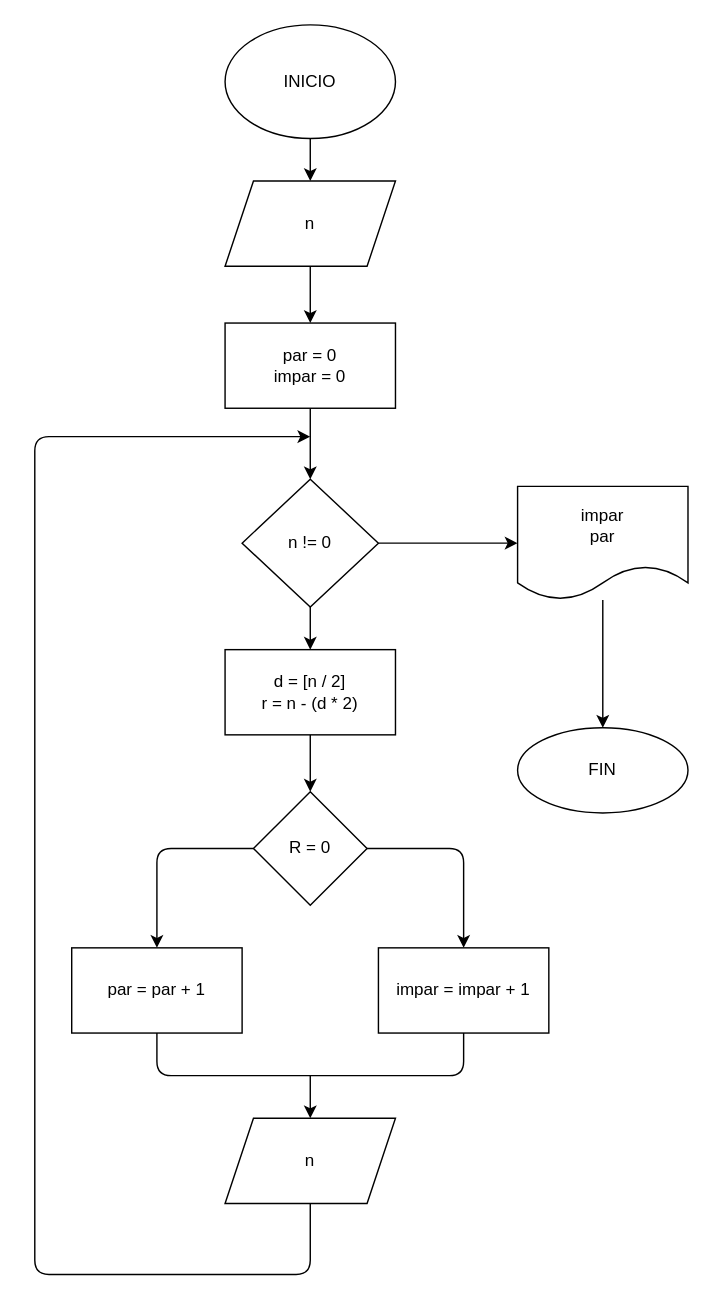
PhilippeParra/registro_centinela keeps this draw.io diagram as diagrama_2.drawio. Above is the earlier version. Source tidied: cells renumbered, new cells numbered last; positions are measured from the earlier drawing's top-left corner, leaving out a move shared by most shapes. Both pictures are drawn from the tidied source at 142%, with x=0, y=0 at pixel (34, 24).
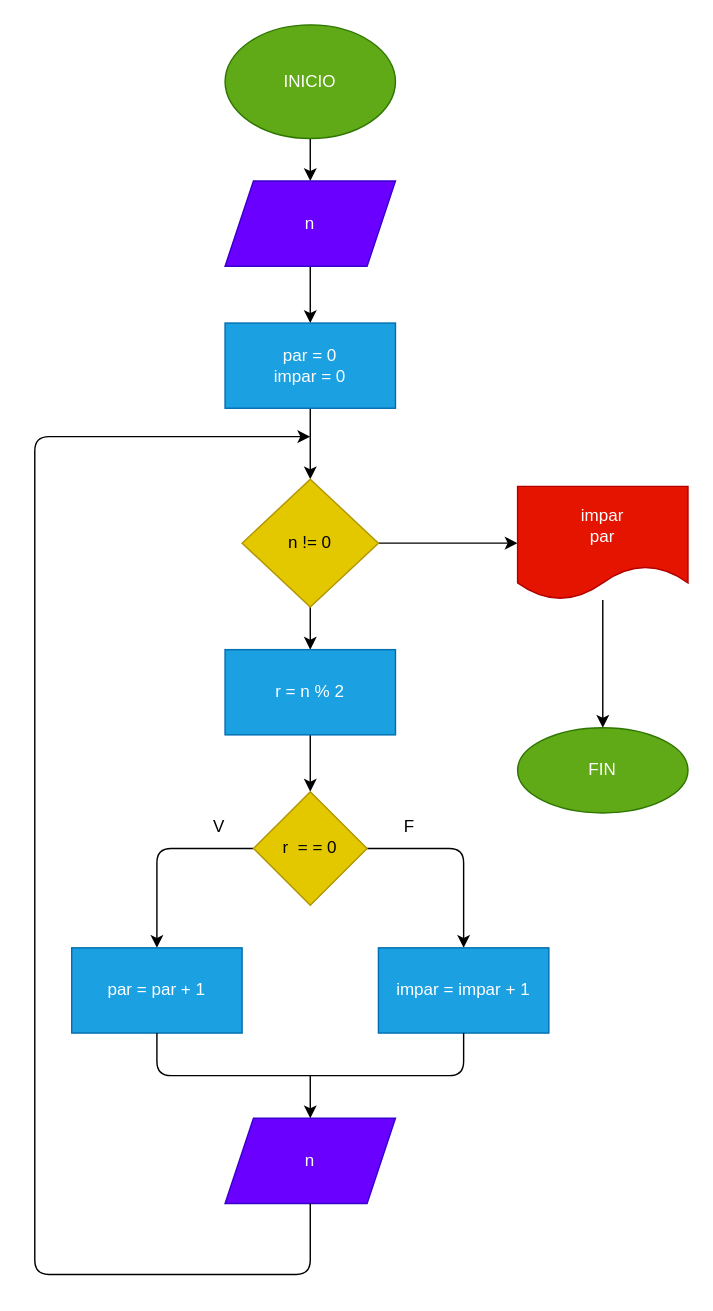
Above is the later version.

Commit message:
Desarrollo ejercicio #2. PhilippeParra

Diff of the diagram source:
```diff
@@
-    <mxCell id="3" value="INICIO" style="ellipse;whiteSpace=wrap;html=1;" parent="1" vertex="1">
+    <mxCell id="3" value="INICIO" style="ellipse;whiteSpace=wrap;html=1;fillColor=#60a917;fontColor=#ffffff;strokeColor=#2D7600;" parent="1" vertex="1">
       <mxGeometry x="134" width="120" height="80" as="geometry" />
     </mxCell>
@@
-    <mxCell id="5" value="n" style="shape=parallelogram;perimeter=parallelogramPerimeter;whiteSpace=wrap;html=1;fixedSize=1;" parent="1" vertex="1">
+    <mxCell id="5" value="n" style="shape=parallelogram;perimeter=parallelogramPerimeter;whiteSpace=wrap;html=1;fixedSize=1;fillColor=#6a00ff;fontColor=#ffffff;strokeColor=#3700CC;" parent="1" vertex="1">
       <mxGeometry x="134" y="110" width="120" height="60" as="geometry" />
     </mxCell>
@@
-    <mxCell id="7" value="par = 0&lt;br&gt;impar = 0" style="whiteSpace=wrap;html=1;" parent="1" vertex="1">
+    <mxCell id="7" value="par = 0&lt;br&gt;impar = 0" style="whiteSpace=wrap;html=1;fillColor=#1ba1e2;fontColor=#ffffff;strokeColor=#006EAF;" parent="1" vertex="1">
       <mxGeometry x="134" y="210" width="120" height="60" as="geometry" />
     </mxCell>
@@
-    <mxCell id="10" value="n != 0" style="rhombus;whiteSpace=wrap;html=1;" parent="1" vertex="1">
+    <mxCell id="10" value="n != 0" style="rhombus;whiteSpace=wrap;html=1;fillColor=#e3c800;fontColor=#000000;strokeColor=#B09500;" parent="1" vertex="1">
       <mxGeometry x="146" y="320" width="96" height="90" as="geometry" />
     </mxCell>
@@
-    <mxCell id="12" value="d = [n / 2]&lt;br&gt;r = n - (d * 2)" style="whiteSpace=wrap;html=1;" parent="1" vertex="1">
+    <mxCell id="12" value="r = n % 2" style="whiteSpace=wrap;html=1;fillColor=#1ba1e2;fontColor=#ffffff;strokeColor=#006EAF;" parent="1" vertex="1">
       <mxGeometry x="134" y="440" width="120" height="60" as="geometry" />
     </mxCell>
@@
-    <mxCell id="15" value="R = 0" style="rhombus;whiteSpace=wrap;html=1;" parent="1" vertex="1">
+    <mxCell id="15" value="r&amp;nbsp; = = 0" style="rhombus;whiteSpace=wrap;html=1;fillColor=#e3c800;fontColor=#000000;strokeColor=#B09500;" parent="1" vertex="1">
       <mxGeometry x="154" y="540" width="80" height="80" as="geometry" />
     </mxCell>
-    <mxCell id="16" value="impar = impar + 1" style="whiteSpace=wrap;html=1;" parent="1" vertex="1">
+    <mxCell id="16" value="impar = impar + 1" style="whiteSpace=wrap;html=1;fillColor=#1ba1e2;fontColor=#ffffff;strokeColor=#006EAF;" parent="1" vertex="1">
       <mxGeometry x="242" y="650" width="120" height="60" as="geometry" />
     </mxCell>
-    <mxCell id="17" value="par = par + 1" style="whiteSpace=wrap;html=1;" parent="1" vertex="1">
+    <mxCell id="17" value="par = par + 1" style="whiteSpace=wrap;html=1;fillColor=#1ba1e2;fontColor=#ffffff;strokeColor=#006EAF;" parent="1" vertex="1">
       <mxGeometry x="26" y="650" width="120" height="60" as="geometry" />
     </mxCell>
-    <mxCell id="18" value="n" style="shape=parallelogram;perimeter=parallelogramPerimeter;whiteSpace=wrap;html=1;fixedSize=1;" parent="1" vertex="1">
+    <mxCell id="18" value="n" style="shape=parallelogram;perimeter=parallelogramPerimeter;whiteSpace=wrap;html=1;fixedSize=1;fillColor=#6a00ff;fontColor=#ffffff;strokeColor=#3700CC;" parent="1" vertex="1">
       <mxGeometry x="134" y="770" width="120" height="60" as="geometry" />
     </mxCell>
@@
-    <mxCell id="23" value="impar&lt;br&gt;par" style="shape=document;whiteSpace=wrap;html=1;boundedLbl=1;" parent="1" vertex="1">
+    <mxCell id="23" value="impar&lt;br&gt;par" style="shape=document;whiteSpace=wrap;html=1;boundedLbl=1;fillColor=#e51400;fontColor=#ffffff;strokeColor=#B20000;" parent="1" vertex="1">
       <mxGeometry x="340" y="325" width="120" height="80" as="geometry" />
     </mxCell>
-    <mxCell id="24" value="FIN" style="ellipse;whiteSpace=wrap;html=1;" parent="1" vertex="1">
+    <mxCell id="24" value="FIN" style="ellipse;whiteSpace=wrap;html=1;fillColor=#60a917;fontColor=#ffffff;strokeColor=#2D7600;" parent="1" vertex="1">
       <mxGeometry x="340" y="495" width="120" height="60" as="geometry" />
     </mxCell>
+    <mxCell id="25" value="V" style="text;html=1;strokeColor=none;fillColor=none;align=center;verticalAlign=middle;whiteSpace=wrap;rounded=0;" parent="1" vertex="1">
+      <mxGeometry x="100" y="550" width="60" height="30" as="geometry" />
+    </mxCell>
+    <mxCell id="26" value="F" style="text;html=1;strokeColor=none;fillColor=none;align=center;verticalAlign=middle;whiteSpace=wrap;rounded=0;" parent="1" vertex="1">
+      <mxGeometry x="234" y="550" width="60" height="30" as="geometry" />
+    </mxCell>
```
